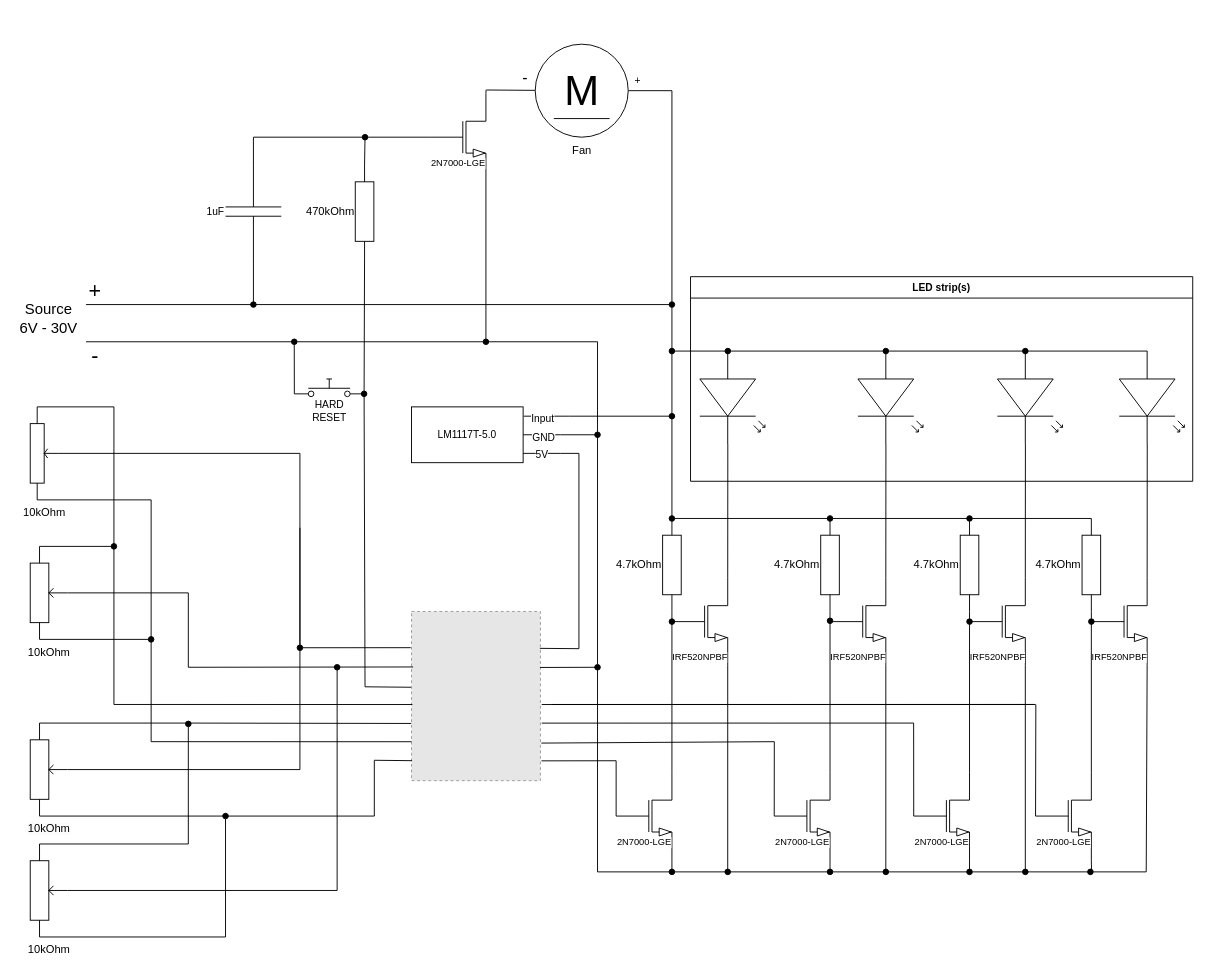
Before: doc/example_application.drawio in pawel2000pl/LedDriverIoT, a draw.io diagram. Source tidied: cells renumbered, new cells numbered last; positions are measured from the earlier drawing's top-left corner, leaving out a move shared by most shapes. Both pictures are drawn from the tidied source at 93%, with x=0, y=0 at pixel (16, 44). Pictures stored in the file or linked from it are replaced by grey dashed boxes.
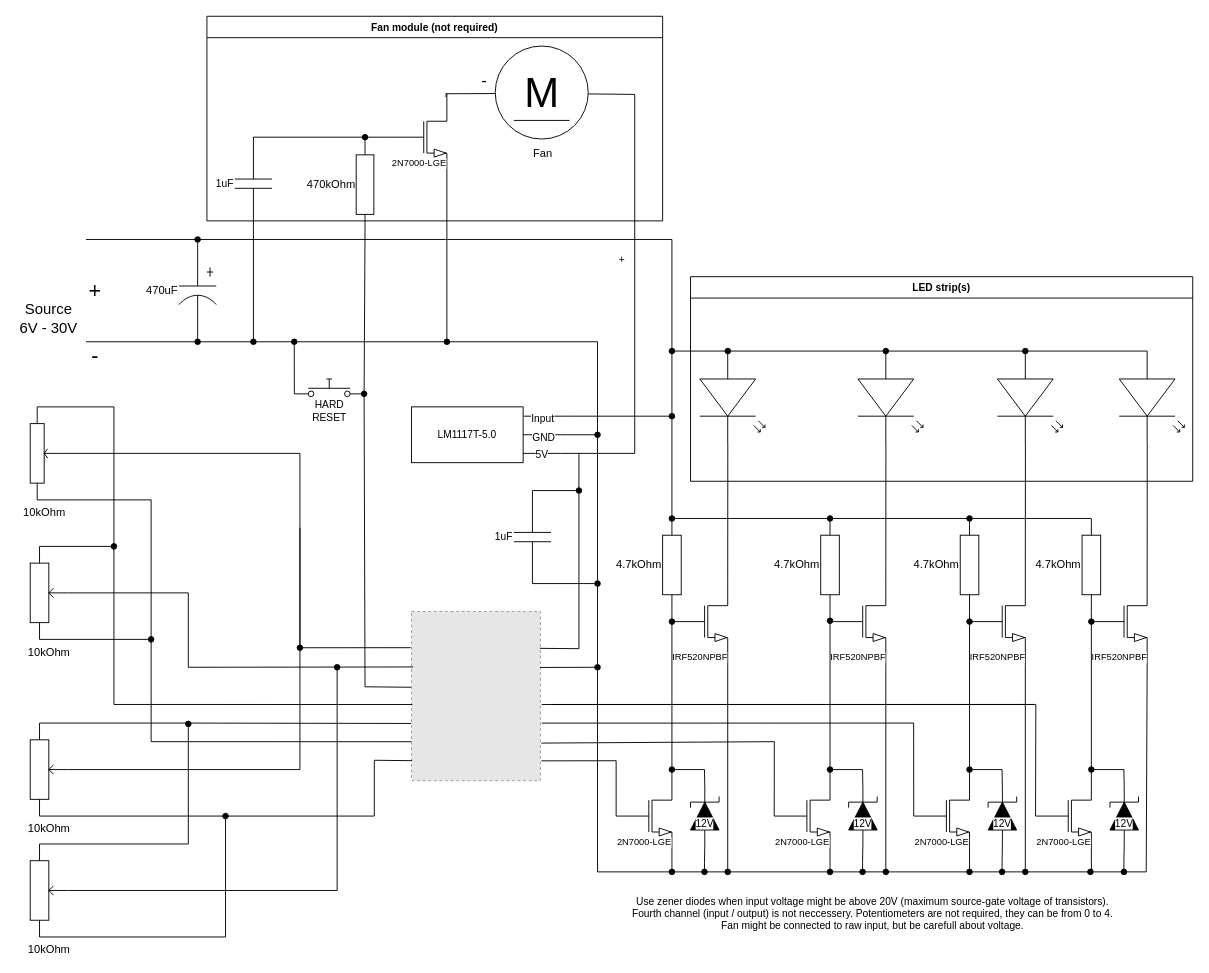
The same diagram, later.

Commit message (it also covers changes not shown here):
Yet another diagram update

Change to the diagram source:
```diff
@@
-    <mxCell id="88" style="endArrow=oval;html=1;rounded=0;strokeColor=default;align=center;verticalAlign=middle;fontFamily=Helvetica;fontSize=11;fontColor=default;labelBackgroundColor=default;endFill=1;" parent="1" edge="1">
+    <mxCell id="88" style="endArrow=none;html=1;rounded=0;strokeColor=default;align=center;verticalAlign=middle;fontFamily=Helvetica;fontSize=11;fontColor=default;labelBackgroundColor=default;endFill=0;" parent="1" edge="1">
       <mxGeometry relative="1" as="geometry">
-        <mxPoint x="75" y="280" as="sourcePoint" />
-        <mxPoint x="705" y="400" as="targetPoint" />
+        <mxPoint x="75" y="210" as="sourcePoint" />
+        <mxPoint x="705" y="210" as="targetPoint" />
         <Array as="points">
-          <mxPoint x="705" y="280" />
+          <mxPoint x="705" y="210" />
         </Array>
       </mxGeometry>
     </mxCell>
@@
     <mxCell id="111" style="edgeStyle=none;rounded=0;jettySize=auto;html=1;exitX=1;exitY=1;exitDx=0;exitDy=0;exitPerimeter=0;strokeColor=default;align=center;verticalAlign=middle;fontFamily=Helvetica;fontSize=11;fontColor=default;labelBackgroundColor=default;endArrow=oval;endFill=1;" parent="1" edge="1" source="112">
       <mxGeometry relative="1" as="geometry">
-        <mxPoint x="505" y="320" as="targetPoint" />
+        <mxPoint x="463" y="320" as="targetPoint" />
       </mxGeometry>
     </mxCell>
     <mxCell id="112" value="&lt;div style=&quot;font-size: 10px;&quot;&gt;2N7000-LGE&lt;br&gt;&lt;/div&gt;&lt;div style=&quot;font-size: 10px;&quot;&gt;&lt;span style=&quot;white-space-collapse: collapse; font-size: 10px;&quot;&gt;&#9;&lt;/span&gt;&lt;/div&gt;" style="verticalLabelPosition=bottom;shadow=0;dashed=0;align=center;html=1;verticalAlign=top;shape=mxgraph.electrical.transistors.nmos;fontFamily=Helvetica;fontSize=10;fontColor=default;labelBackgroundColor=default;spacing=-32;" parent="1" vertex="1">
-      <mxGeometry x="445" y="50" width="60" height="100" as="geometry" />
+      <mxGeometry x="403" y="50" width="60" height="100" as="geometry" />
     </mxCell>
@@
-    <mxCell id="114" style="edgeStyle=none;rounded=0;jettySize=auto;html=1;strokeColor=default;align=center;verticalAlign=middle;fontFamily=Helvetica;fontSize=11;fontColor=default;labelBackgroundColor=default;endArrow=none;" parent="1" edge="1" source="116">
+    <mxCell id="114" style="edgeStyle=none;rounded=0;orthogonalLoop=1;jettySize=auto;html=1;strokeColor=default;align=center;verticalAlign=middle;fontFamily=Helvetica;fontSize=11;fontColor=default;labelBackgroundColor=default;endArrow=none;" parent="1" edge="1">
       <mxGeometry relative="1" as="geometry">
-        <mxPoint x="705" y="50" as="targetPoint" />
+        <mxPoint x="615" y="53.5" as="sourcePoint" />
+        <mxPoint x="605" y="440" as="targetPoint" />
+        <Array as="points">
+          <mxPoint x="665" y="54" />
+          <mxPoint x="665" y="440" />
+        </Array>
       </mxGeometry>
     </mxCell>
@@
     <mxCell id="116" value="M" style="dashed=0;outlineConnect=0;align=center;html=1;shape=mxgraph.pid.engines.electric_motor_(dc);fontSize=45;fontFamily=Helvetica;fontColor=default;labelBackgroundColor=default;" parent="1" vertex="1">
-      <mxGeometry x="558" width="100" height="100" as="geometry" />
+      <mxGeometry x="515" y="2" width="100" height="100" as="geometry" />
     </mxCell>
-    <mxCell id="117" style="edgeStyle=none;rounded=0;jettySize=auto;html=1;strokeColor=default;align=center;verticalAlign=middle;fontFamily=Helvetica;fontSize=11;fontColor=default;labelBackgroundColor=default;endArrow=none;entryX=1.011;entryY=-0.038;entryDx=0;entryDy=0;entryPerimeter=0;" parent="1" edge="1" source="116" target="112">
-      <mxGeometry relative="1" as="geometry" />
+    <mxCell id="117" style="edgeStyle=none;rounded=0;orthogonalLoop=1;jettySize=auto;html=1;strokeColor=default;align=center;verticalAlign=middle;fontFamily=Helvetica;fontSize=11;fontColor=default;labelBackgroundColor=default;endArrow=none;entryX=1.011;entryY=-0.038;entryDx=0;entryDy=0;entryPerimeter=0;" parent="1" edge="1">
+      <mxGeometry relative="1" as="geometry">
+        <mxPoint x="515" y="53.1" as="sourcePoint" />
+        <mxPoint x="462.7" y="53.3" as="targetPoint" />
+      </mxGeometry>
     </mxCell>
@@
     <mxCell id="119" style="endArrow=oval;html=1;rounded=0;strokeColor=default;align=center;verticalAlign=middle;fontFamily=Helvetica;fontSize=11;fontColor=default;labelBackgroundColor=default;endFill=1;" parent="1" edge="1">
       <mxGeometry relative="1" as="geometry">
-        <mxPoint x="705" y="50" as="sourcePoint" />
-        <mxPoint x="705" y="280" as="targetPoint" />
+        <mxPoint x="705" y="210" as="sourcePoint" />
+        <mxPoint x="705" y="400" as="targetPoint" />
       </mxGeometry>
     </mxCell>
-    <mxCell id="120" style="edgeStyle=none;rounded=0;orthogonalLoop=1;jettySize=auto;html=1;exitX=1;exitY=0;exitDx=0;exitDy=0;exitPerimeter=0;entryX=1.003;entryY=-0.041;entryDx=0;entryDy=0;entryPerimeter=0;strokeColor=default;align=center;verticalAlign=middle;fontFamily=Helvetica;fontSize=11;fontColor=default;labelBackgroundColor=default;endArrow=none;" parent="1" edge="1" source="112" target="112">
-      <mxGeometry relative="1" as="geometry" />
+    <mxCell id="120" style="edgeStyle=none;rounded=0;orthogonalLoop=1;jettySize=auto;html=1;exitX=1;exitY=0;exitDx=0;exitDy=0;exitPerimeter=0;entryX=1.003;entryY=-0.041;entryDx=0;entryDy=0;entryPerimeter=0;strokeColor=default;align=center;verticalAlign=middle;fontFamily=Helvetica;fontSize=11;fontColor=default;labelBackgroundColor=default;endArrow=none;" parent="1" edge="1">
+      <mxGeometry relative="1" as="geometry">
+        <mxPoint x="462" y="56.9" as="sourcePoint" />
+        <mxPoint x="462.2" y="53" as="targetPoint" />
+      </mxGeometry>
     </mxCell>
     <mxCell id="121" style="edgeStyle=none;rounded=0;jettySize=auto;html=1;exitX=1;exitY=0.5;exitDx=0;exitDy=0;exitPerimeter=0;strokeColor=default;align=center;verticalAlign=middle;fontFamily=Helvetica;fontSize=11;fontColor=default;labelBackgroundColor=default;endArrow=oval;endFill=1;" parent="1" edge="1" source="123">
       <mxGeometry relative="1" as="geometry">
-        <mxPoint x="255" y="280" as="targetPoint" />
+        <mxPoint x="255" y="320" as="targetPoint" />
       </mxGeometry>
     </mxCell>
-    <mxCell id="122" style="edgeStyle=none;rounded=0;jettySize=auto;html=1;exitX=0;exitY=0.5;exitDx=0;exitDy=0;exitPerimeter=0;strokeColor=default;align=center;verticalAlign=middle;fontFamily=Helvetica;fontSize=11;fontColor=default;labelBackgroundColor=default;endArrow=oval;endFill=1;" parent="1" edge="1" source="123">
+    <mxCell id="122" style="edgeStyle=none;rounded=0;orthogonalLoop=1;jettySize=auto;html=1;exitX=0;exitY=0.5;exitDx=0;exitDy=0;exitPerimeter=0;strokeColor=default;align=center;verticalAlign=middle;fontFamily=Helvetica;fontSize=11;fontColor=default;labelBackgroundColor=default;endArrow=oval;endFill=1;" parent="1" edge="1">
       <mxGeometry relative="1" as="geometry">
+        <mxPoint x="255" y="101" as="sourcePoint" />
         <mxPoint x="375" y="100" as="targetPoint" />
         <Array as="points">
           <mxPoint x="255" y="100" />
         </Array>
       </mxGeometry>
     </mxCell>
     <mxCell id="123" value="1uF" style="verticalLabelPosition=middle;shadow=0;dashed=0;align=right;html=1;verticalAlign=middle;shape=mxgraph.electrical.capacitors.capacitor_1;fontFamily=Helvetica;fontSize=11;fontColor=default;labelBackgroundColor=default;direction=south;labelPosition=left;" parent="1" vertex="1">
-      <mxGeometry x="225" y="130" width="60" height="100" as="geometry" />
+      <mxGeometry x="235" y="100" width="40" height="100" as="geometry" />
     </mxCell>
     <mxCell id="124" value="470kOhm" style="verticalLabelPosition=middle;shadow=0;dashed=0;align=right;html=1;verticalAlign=middle;shape=mxgraph.electrical.resistors.resistor_1;direction=south;spacing=2;spacingRight=0;labelPosition=left;" parent="1" vertex="1">
-      <mxGeometry x="364.5" y="130" width="20" height="100" as="geometry" />
+      <mxGeometry x="365.5" y="101" width="19" height="100" as="geometry" />
     </mxCell>
     <mxCell id="125" value="Fan" style="text;html=1;align=center;verticalAlign=middle;strokeColor=none;fillColor=none;" parent="1" vertex="1">
-      <mxGeometry x="588" y="100" width="40" height="30" as="geometry" />
+      <mxGeometry x="546" y="103" width="40" height="30" as="geometry" />
     </mxCell>
+    <mxCell id="126" style="edgeStyle=orthogonalEdgeStyle;rounded=0;jettySize=auto;html=1;exitX=0;exitY=0.5;exitDx=0;exitDy=0;exitPerimeter=0;endArrow=oval;endFill=1;" parent="1" edge="1" source="128">
+      <mxGeometry relative="1" as="geometry">
+        <mxPoint x="195" y="210" as="targetPoint" />
+      </mxGeometry>
+    </mxCell>
+    <mxCell id="127" style="edgeStyle=orthogonalEdgeStyle;rounded=0;jettySize=auto;html=1;exitX=1;exitY=0.5;exitDx=0;exitDy=0;exitPerimeter=0;endArrow=oval;endFill=1;" parent="1" edge="1" source="128">
+      <mxGeometry relative="1" as="geometry">
+        <mxPoint x="195" y="320" as="targetPoint" />
+      </mxGeometry>
+    </mxCell>
+    <mxCell id="128" value="470uF" style="verticalLabelPosition=middle;shadow=0;dashed=0;align=right;html=1;verticalAlign=middle;shape=mxgraph.electrical.capacitors.capacitor_3;direction=south;labelPosition=left;" parent="1" vertex="1">
+      <mxGeometry x="175" y="215" width="40" height="100" as="geometry" />
+    </mxCell>
+    <mxCell id="129" style="edgeStyle=none;rounded=0;jettySize=auto;html=1;exitX=1;exitY=0.5;exitDx=0;exitDy=0;exitPerimeter=0;strokeColor=default;align=center;verticalAlign=middle;fontFamily=Helvetica;fontSize=11;fontColor=default;labelBackgroundColor=default;endArrow=oval;endFill=1;" parent="1" edge="1" source="130">
+      <mxGeometry relative="1" as="geometry">
+        <mxPoint x="705" y="780" as="targetPoint" />
+        <Array as="points">
+          <mxPoint x="740" y="780" />
+        </Array>
+      </mxGeometry>
+    </mxCell>
+    <mxCell id="130" value="12V" style="fillColor=strokeColor;verticalLabelPosition=middle;shadow=0;dashed=0;align=center;html=1;verticalAlign=middle;shape=mxgraph.electrical.diodes.zener_diode_1;fontFamily=Helvetica;fontSize=11;fontColor=default;labelBackgroundColor=default;direction=north;labelPosition=center;spacing=2;spacingTop=15;" parent="1" vertex="1">
+      <mxGeometry x="725" y="800" width="30.7" height="60" as="geometry" />
+    </mxCell>
+    <mxCell id="131" style="edgeStyle=none;rounded=0;jettySize=auto;html=1;exitX=0;exitY=0.5;exitDx=0;exitDy=0;exitPerimeter=0;strokeColor=default;align=center;verticalAlign=middle;fontFamily=Helvetica;fontSize=11;fontColor=default;labelBackgroundColor=default;endArrow=oval;endFill=1;" parent="1" edge="1" source="130">
+      <mxGeometry relative="1" as="geometry">
+        <mxPoint x="740" y="890" as="targetPoint" />
+        <Array as="points">
+          <mxPoint x="740" y="880" />
+        </Array>
+      </mxGeometry>
+    </mxCell>
+    <mxCell id="132" style="edgeStyle=none;rounded=0;jettySize=auto;html=1;exitX=1;exitY=0.5;exitDx=0;exitDy=0;exitPerimeter=0;strokeColor=default;align=center;verticalAlign=middle;fontFamily=Helvetica;fontSize=11;fontColor=default;labelBackgroundColor=default;endArrow=oval;endFill=1;" parent="1" edge="1" source="133">
+      <mxGeometry relative="1" as="geometry">
+        <mxPoint x="875" y="780" as="targetPoint" />
+        <Array as="points">
+          <mxPoint x="910" y="780" />
+        </Array>
+      </mxGeometry>
+    </mxCell>
+    <mxCell id="133" value="12V" style="fillColor=strokeColor;verticalLabelPosition=middle;shadow=0;dashed=0;align=center;html=1;verticalAlign=middle;shape=mxgraph.electrical.diodes.zener_diode_1;fontFamily=Helvetica;fontSize=11;fontColor=default;labelBackgroundColor=default;direction=north;labelPosition=center;spacing=2;spacingTop=15;" parent="1" vertex="1">
+      <mxGeometry x="895" y="800" width="30.7" height="60" as="geometry" />
+    </mxCell>
+    <mxCell id="134" style="edgeStyle=none;rounded=0;jettySize=auto;html=1;exitX=0;exitY=0.5;exitDx=0;exitDy=0;exitPerimeter=0;strokeColor=default;align=center;verticalAlign=middle;fontFamily=Helvetica;fontSize=11;fontColor=default;labelBackgroundColor=default;endArrow=oval;endFill=1;" parent="1" edge="1" source="133">
+      <mxGeometry relative="1" as="geometry">
+        <mxPoint x="910" y="890" as="targetPoint" />
+        <Array as="points">
+          <mxPoint x="910" y="880" />
+        </Array>
+      </mxGeometry>
+    </mxCell>
+    <mxCell id="135" style="edgeStyle=none;rounded=0;jettySize=auto;html=1;exitX=1;exitY=0.5;exitDx=0;exitDy=0;exitPerimeter=0;strokeColor=default;align=center;verticalAlign=middle;fontFamily=Helvetica;fontSize=11;fontColor=default;labelBackgroundColor=default;endArrow=oval;endFill=1;" parent="1" edge="1" source="136">
+      <mxGeometry relative="1" as="geometry">
+        <mxPoint x="1025" y="780" as="targetPoint" />
+        <Array as="points">
+          <mxPoint x="1060" y="780" />
+        </Array>
+      </mxGeometry>
+    </mxCell>
+    <mxCell id="136" value="12V" style="fillColor=strokeColor;verticalLabelPosition=middle;shadow=0;dashed=0;align=center;html=1;verticalAlign=middle;shape=mxgraph.electrical.diodes.zener_diode_1;fontFamily=Helvetica;fontSize=11;fontColor=default;labelBackgroundColor=default;direction=north;labelPosition=center;spacing=2;spacingTop=15;" parent="1" vertex="1">
+      <mxGeometry x="1045" y="800" width="30.7" height="60" as="geometry" />
+    </mxCell>
+    <mxCell id="137" style="edgeStyle=none;rounded=0;jettySize=auto;html=1;exitX=0;exitY=0.5;exitDx=0;exitDy=0;exitPerimeter=0;strokeColor=default;align=center;verticalAlign=middle;fontFamily=Helvetica;fontSize=11;fontColor=default;labelBackgroundColor=default;endArrow=oval;endFill=1;" parent="1" edge="1" source="136">
+      <mxGeometry relative="1" as="geometry">
+        <mxPoint x="1060" y="890" as="targetPoint" />
+        <Array as="points">
+          <mxPoint x="1060" y="880" />
+        </Array>
+      </mxGeometry>
+    </mxCell>
+    <mxCell id="138" style="edgeStyle=none;rounded=0;jettySize=auto;html=1;exitX=1;exitY=0.5;exitDx=0;exitDy=0;exitPerimeter=0;strokeColor=default;align=center;verticalAlign=middle;fontFamily=Helvetica;fontSize=11;fontColor=default;labelBackgroundColor=default;endArrow=oval;endFill=1;" parent="1" edge="1" source="139">
+      <mxGeometry relative="1" as="geometry">
+        <mxPoint x="1156" y="780" as="targetPoint" />
+        <Array as="points">
+          <mxPoint x="1191" y="780" />
+        </Array>
+      </mxGeometry>
+    </mxCell>
+    <mxCell id="139" value="12V" style="fillColor=strokeColor;verticalLabelPosition=middle;shadow=0;dashed=0;align=center;html=1;verticalAlign=middle;shape=mxgraph.electrical.diodes.zener_diode_1;fontFamily=Helvetica;fontSize=11;fontColor=default;labelBackgroundColor=default;direction=north;labelPosition=center;spacing=2;spacingTop=15;" parent="1" vertex="1">
+      <mxGeometry x="1176" y="800" width="30.7" height="60" as="geometry" />
+    </mxCell>
+    <mxCell id="140" style="edgeStyle=none;rounded=0;jettySize=auto;html=1;exitX=0;exitY=0.5;exitDx=0;exitDy=0;exitPerimeter=0;strokeColor=default;align=center;verticalAlign=middle;fontFamily=Helvetica;fontSize=11;fontColor=default;labelBackgroundColor=default;endArrow=oval;endFill=1;" parent="1" edge="1" source="139">
+      <mxGeometry relative="1" as="geometry">
+        <mxPoint x="1191" y="890" as="targetPoint" />
+        <Array as="points">
+          <mxPoint x="1191" y="880" />
+        </Array>
+      </mxGeometry>
+    </mxCell>
+    <mxCell id="141" style="edgeStyle=none;rounded=0;jettySize=auto;html=1;exitX=0;exitY=0.5;exitDx=0;exitDy=0;exitPerimeter=0;strokeColor=default;align=center;verticalAlign=middle;fontFamily=Helvetica;fontSize=11;fontColor=default;labelBackgroundColor=default;endArrow=oval;endFill=1;" parent="1" edge="1" source="143">
+      <mxGeometry relative="1" as="geometry">
+        <mxPoint x="605" y="480" as="targetPoint" />
+      </mxGeometry>
+    </mxCell>
+    <mxCell id="142" style="edgeStyle=none;rounded=0;jettySize=auto;html=1;exitX=1;exitY=0.5;exitDx=0;exitDy=0;exitPerimeter=0;strokeColor=default;align=center;verticalAlign=middle;fontFamily=Helvetica;fontSize=11;fontColor=default;labelBackgroundColor=default;endArrow=oval;endFill=1;" parent="1" edge="1" source="143">
+      <mxGeometry relative="1" as="geometry">
+        <mxPoint x="625" y="580" as="targetPoint" />
+      </mxGeometry>
+    </mxCell>
+    <mxCell id="143" value="1uF" style="verticalLabelPosition=middle;shadow=0;dashed=0;align=right;html=1;verticalAlign=middle;shape=mxgraph.electrical.capacitors.capacitor_1;fontFamily=Helvetica;fontSize=11;fontColor=default;labelBackgroundColor=default;direction=south;labelPosition=left;" parent="1" vertex="1">
+      <mxGeometry x="535" y="480" width="40" height="100" as="geometry" />
+    </mxCell>
+    <mxCell id="144" value="Use zener diodes when input voltage might be above 20V (maximum source-gate voltage of transistors).&lt;div&gt;Fourth channel (input / output) is not neccessery. Potentiometers are not required, they can be from 0 to 4.&lt;br&gt;&lt;/div&gt;&lt;div&gt;&lt;span style=&quot;text-wrap: nowrap;&quot;&gt;Fan might be connected to raw input, but be carefull about voltage.&lt;/span&gt;&lt;br&gt;&lt;/div&gt;" style="text;html=1;align=center;verticalAlign=middle;whiteSpace=wrap;rounded=0;fontFamily=Helvetica;fontSize=11;fontColor=default;labelBackgroundColor=default;" parent="1" vertex="1">
+      <mxGeometry x="626" y="910" width="590" height="50" as="geometry" />
+    </mxCell>
+    <mxCell id="145" value="Fan module (not required)" style="swimlane;whiteSpace=wrap;html=1;fontFamily=Helvetica;fontSize=11;fontColor=default;labelBackgroundColor=default;" parent="1" vertex="1">
+      <mxGeometry x="205" y="-30" width="490" height="220" as="geometry" />
+    </mxCell>
```
